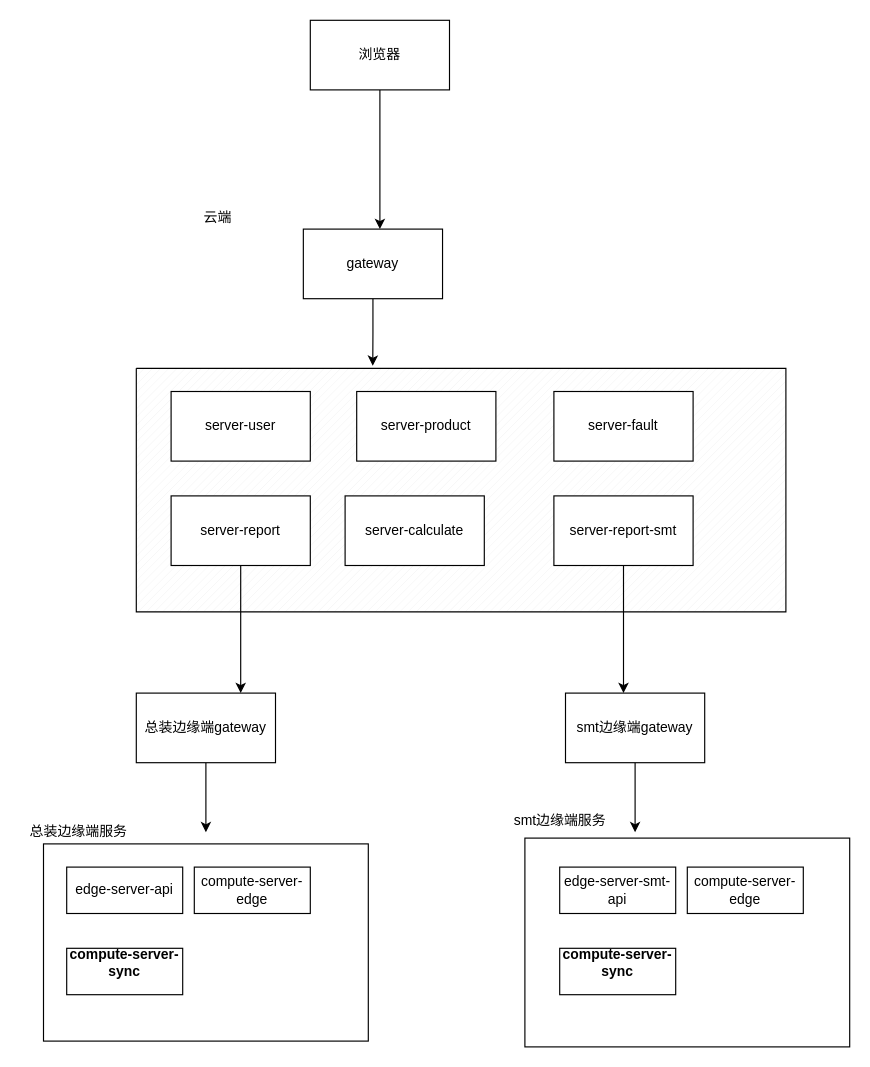
Before: Untitled Diagram.drawio in zhaozhaosong/spring-cloud, a draw.io diagram. Source tidied: cells renumbered, new cells numbered last; positions are measured from the earlier drawing's top-left corner, leaving out a move shared by most shapes. Both pictures are drawn from the tidied source at 116%, with x=0, y=0 at pixel (20, 20).
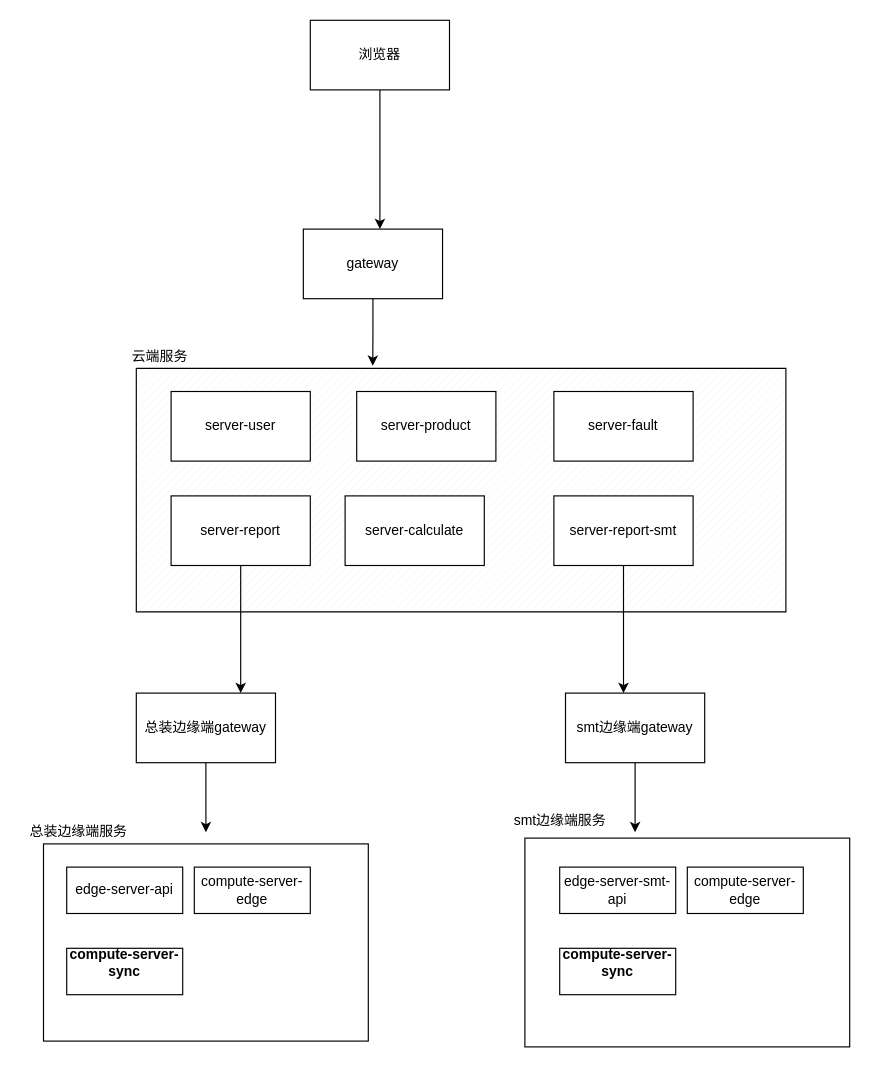
The same diagram, later.

Change to the diagram source:
```diff
@@
-    <mxCell id="5" value="云端" style="text;html=1;align=center;verticalAlign=middle;strokeColor=none;fillColor=none;" parent="1" vertex="1">
-      <mxGeometry x="150" y="160" width="40" height="20" as="geometry" />
+    <mxCell id="5" value="云端服务" style="text;html=1;align=center;verticalAlign=middle;strokeColor=none;fillColor=none;" parent="1" vertex="1">
+      <mxGeometry x="90" y="280" width="60" height="20" as="geometry" />
     </mxCell>
```
